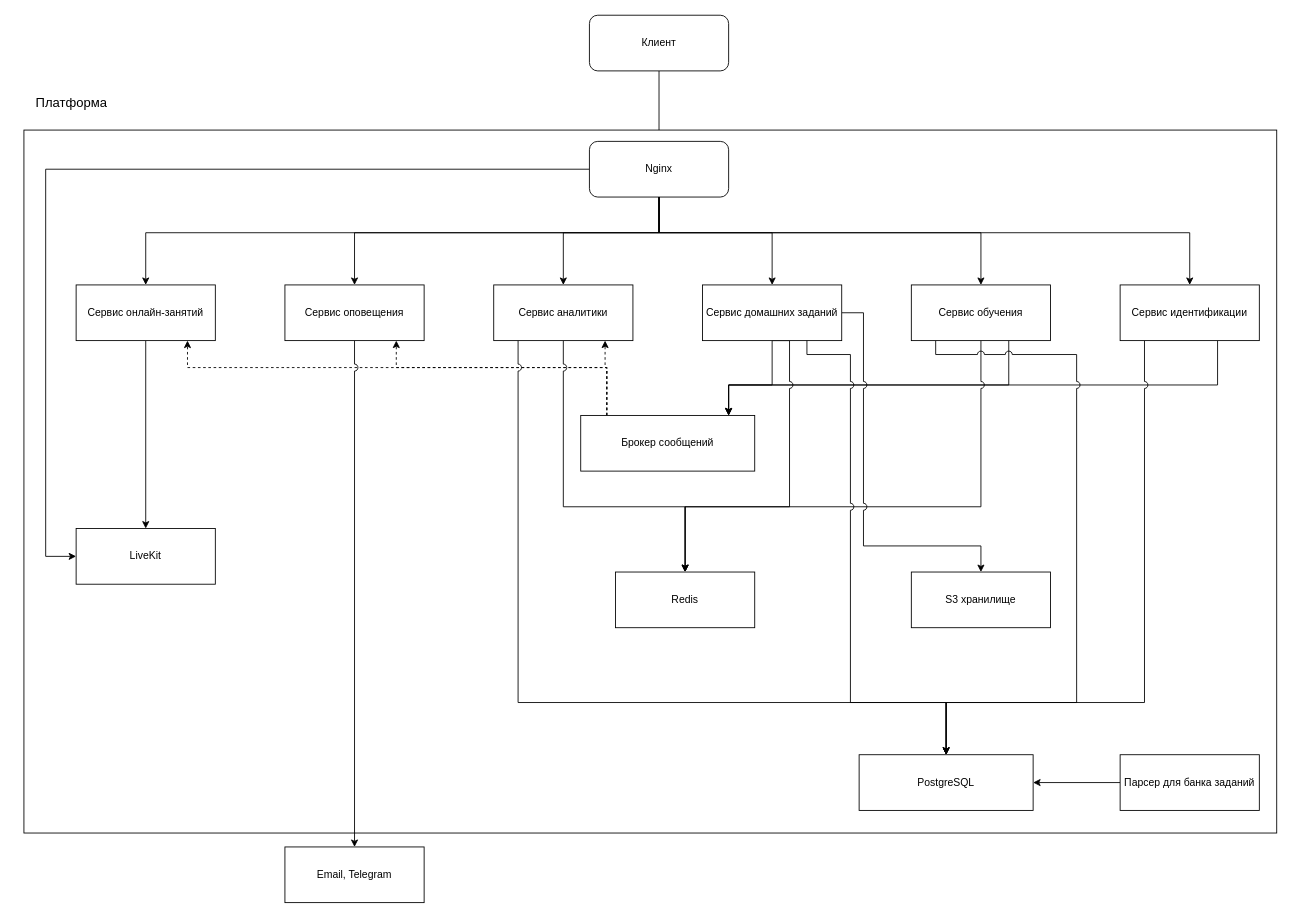
murphyqwek/Repetitor-Platform-Artifacts keeps this draw.io diagram as Архитектура/Архитектура.drawio. Above is the earlier version. Source tidied: cells renumbered, new cells numbered last; positions are measured from the earlier drawing's top-left corner, leaving out a move shared by most shapes. Both pictures are drawn from the tidied source at 87%, with x=0, y=0 at pixel (15, 15).
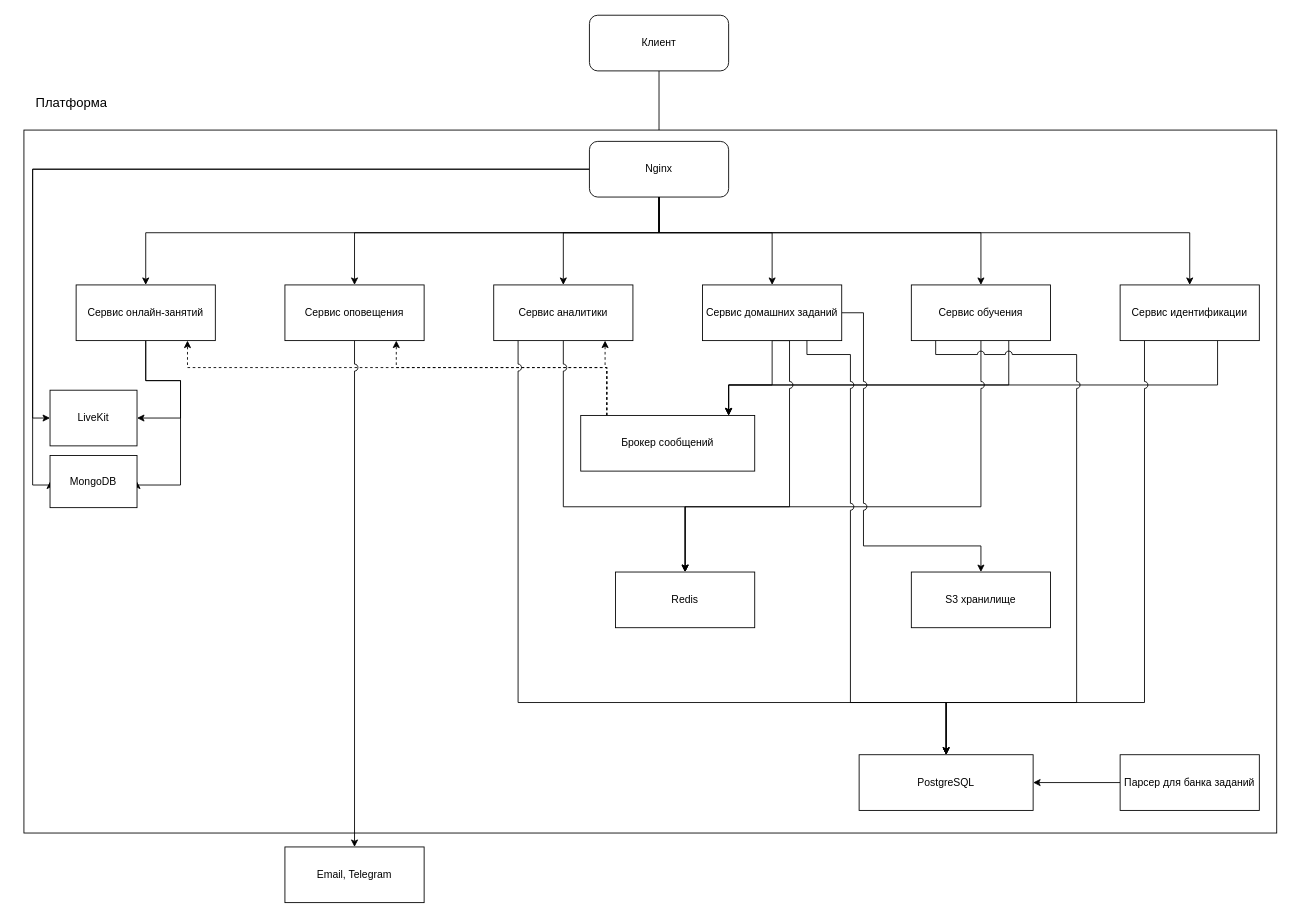
After the change.

The change refers to these unchanged cells:
```xml
<mxCell id="12" value="Nginx" style="rounded=1;whiteSpace=wrap;html=1;" parent="1" vertex="1">
  <mxGeometry x="660" y="145" width="160" height="64" as="geometry" />
</mxCell>
<mxCell id="25" value="Сервис онлайн-занятий" style="rounded=0;whiteSpace=wrap;html=1;" parent="1" vertex="1">
  <mxGeometry x="70" y="310" width="160" height="64" as="geometry" />
</mxCell>
```

Change to the diagram source:
```diff
@@
     <mxCell id="11" style="edgeStyle=orthogonalEdgeStyle;rounded=0;jettySize=auto;html=1;exitX=0;exitY=0.5;exitDx=0;exitDy=0;entryX=0;entryY=0.5;entryDx=0;entryDy=0;jumpStyle=arc;jumpSize=8;" parent="1" edge="1" source="12" target="39">
       <mxGeometry relative="1" as="geometry">
         <Array as="points">
-          <mxPoint x="35" y="177" />
-          <mxPoint x="35" y="622" />
+          <mxPoint x="20" y="177" />
+          <mxPoint x="20" y="463" />
         </Array>
       </mxGeometry>
     </mxCell>
+    <mxCell id="44" style="edgeStyle=orthogonalEdgeStyle;rounded=0;jettySize=auto;html=1;exitX=0;exitY=0.5;exitDx=0;exitDy=0;entryX=0;entryY=0.5;entryDx=0;entryDy=0;" parent="1" edge="1" source="12" target="46">
+      <mxGeometry relative="1" as="geometry">
+        <Array as="points">
+          <mxPoint x="20" y="177" />
+          <mxPoint x="20" y="540" />
+          <mxPoint x="40" y="540" />
+        </Array>
+      </mxGeometry>
+    </mxCell>
@@
+    <mxCell id="45" style="edgeStyle=orthogonalEdgeStyle;rounded=0;jettySize=auto;html=1;exitX=0.5;exitY=1;exitDx=0;exitDy=0;entryX=1;entryY=0.5;entryDx=0;entryDy=0;" parent="1" edge="1" source="25" target="46">
+      <mxGeometry relative="1" as="geometry">
+        <Array as="points">
+          <mxPoint x="150" y="420" />
+          <mxPoint x="190" y="420" />
+          <mxPoint x="190" y="540" />
+          <mxPoint x="140" y="540" />
+        </Array>
+      </mxGeometry>
+    </mxCell>
-    <mxCell id="24" style="edgeStyle=orthogonalEdgeStyle;rounded=0;jettySize=auto;html=1;exitX=0.5;exitY=1;exitDx=0;exitDy=0;entryX=0.5;entryY=0;entryDx=0;entryDy=0;jumpStyle=arc;jumpSize=8;" parent="1" edge="1" source="25" target="39">
-      <mxGeometry relative="1" as="geometry" />
+    <mxCell id="24" style="edgeStyle=orthogonalEdgeStyle;rounded=0;jettySize=auto;html=1;exitX=0.5;exitY=1;exitDx=0;exitDy=0;entryX=1;entryY=0.5;entryDx=0;entryDy=0;" parent="1" edge="1" source="25" target="39">
+      <mxGeometry relative="1" as="geometry">
+        <Array as="points">
+          <mxPoint x="150" y="420" />
+          <mxPoint x="190" y="420" />
+          <mxPoint x="190" y="463" />
+        </Array>
+      </mxGeometry>
     </mxCell>
@@
     <mxCell id="39" value="LiveKit" style="rounded=0;whiteSpace=wrap;html=1;" parent="1" vertex="1">
-      <mxGeometry x="70" y="590" width="160" height="64" as="geometry" />
+      <mxGeometry x="40" y="431" width="100" height="64" as="geometry" />
     </mxCell>
@@
+    <mxCell id="46" value="MongoDB" style="rounded=0;whiteSpace=wrap;html=1;" parent="1" vertex="1">
+      <mxGeometry x="40" y="506" width="100" height="60" as="geometry" />
+    </mxCell>
```
